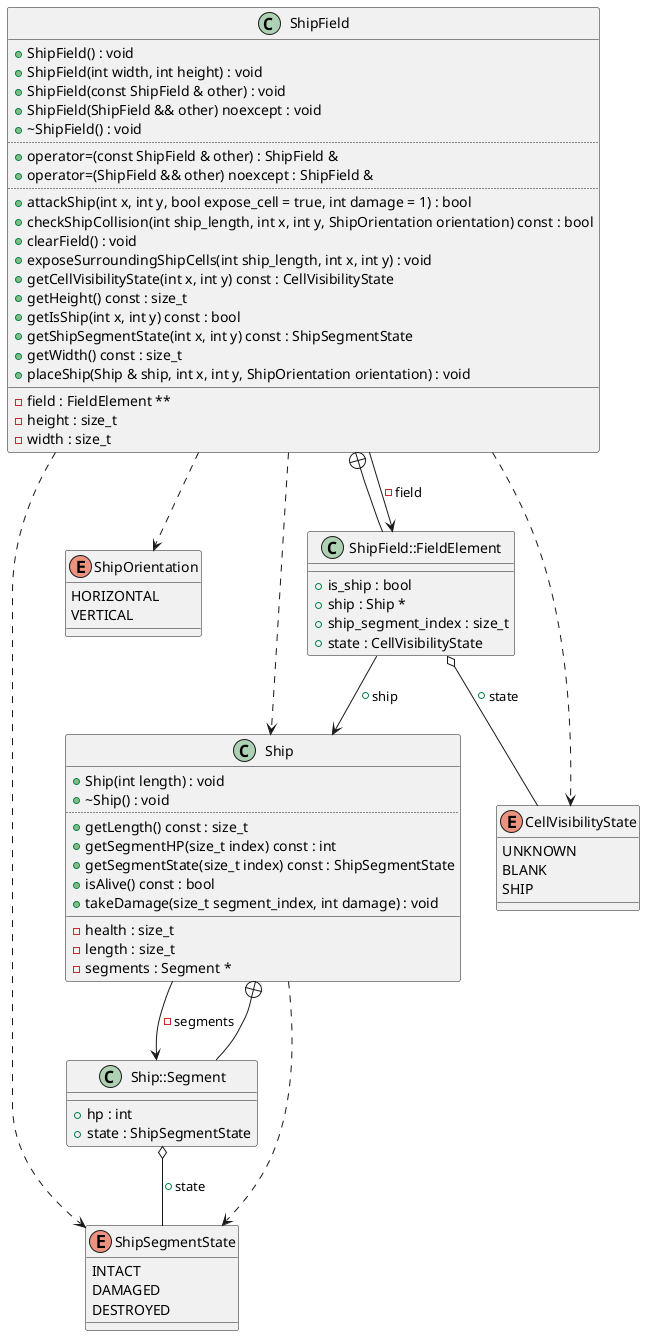
Earlier version of the PlantUML export diagrams/ShipField.png (Rennelv/ships).
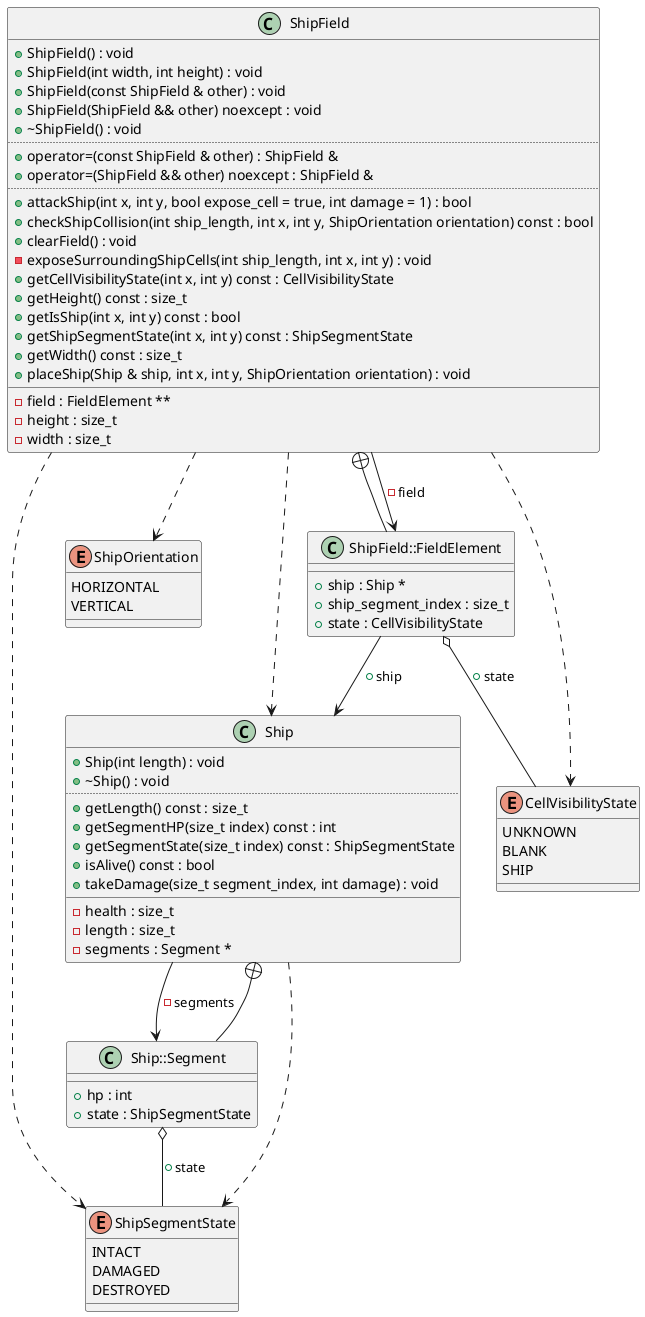
The same diagram one commit later.

Change to the diagram source:
```diff
@@ -51,7 +51,7 @@
 +attackShip(int x, int y, bool expose_cell = true, int damage = 1) : bool
 +checkShipCollision(int ship_length, int x, int y, ShipOrientation orientation) const : bool
 +clearField() : void
-+exposeSurroundingShipCells(int ship_length, int x, int y) : void
+-exposeSurroundingShipCells(int ship_length, int x, int y) : void
 +getCellVisibilityState(int x, int y) const : CellVisibilityState
 +getHeight() const : size_t
 +getIsShip(int x, int y) const : bool
@@ -66,7 +66,6 @@
 class "ShipField::FieldElement" as C_0000316359785794417378
 class C_0000316359785794417378 {
 __
-+is_ship : bool
 +ship : Ship *
 +ship_segment_index : size_t
 +state : CellVisibilityState
```
